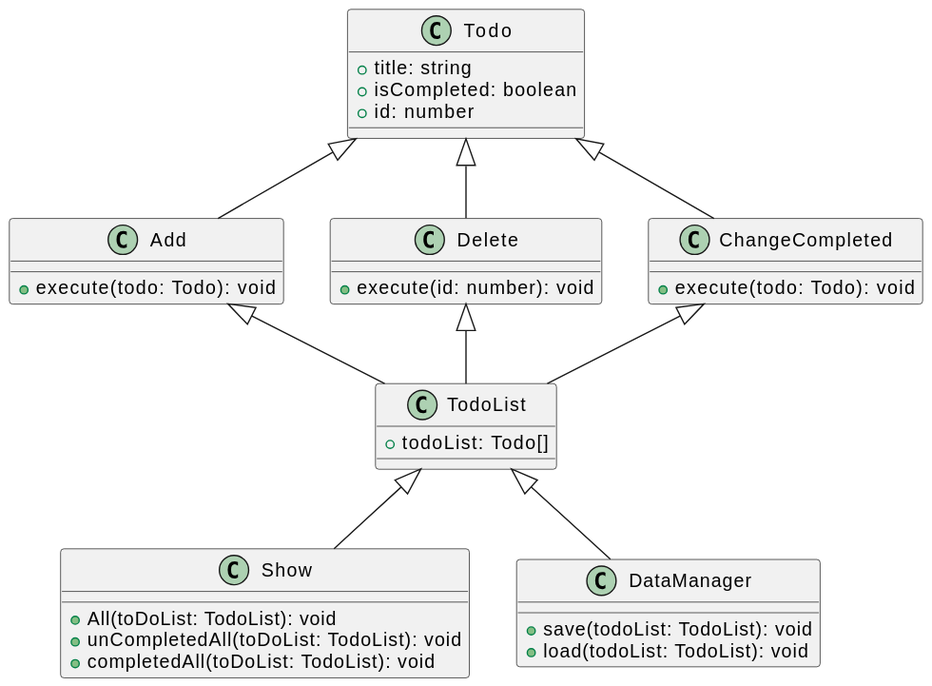
Above: out/todo/todo.svg in YNSTakeru/todo_practice (PlantUML), before the change. The source it was exported from:
```plantuml
@startuml
    class Todo{
        + title: string
        + isCompleted: boolean
        + id: number
    }
    class TodoList{
        + todoList: Todo[]
    }
    class Add{
        + execute(todo: Todo): void
    }
    class Delete{
        + execute(id: number): void
    }
    class ChangeCompleted{
        + execute(todo: Todo): void
    }
    class Show{
        + All(toDoList: TodoList): void
        + unCompletedAll(toDoList: TodoList): void
        + completedAll(toDoList: TodoList): void
    }
    class DataManager{
        + save(todoList: TodoList): void
        + load(todoList: TodoList): void
    }

    Todo <|-- Delete
    Todo <|-- Add
    Todo <|-- ChangeCompleted

    TodoList <|-- Show
    TodoList <|-- DataManager

    Delete <|-- TodoList
    Add <|-- TodoList
    ChangeCompleted <|-- TodoList
@enduml
```
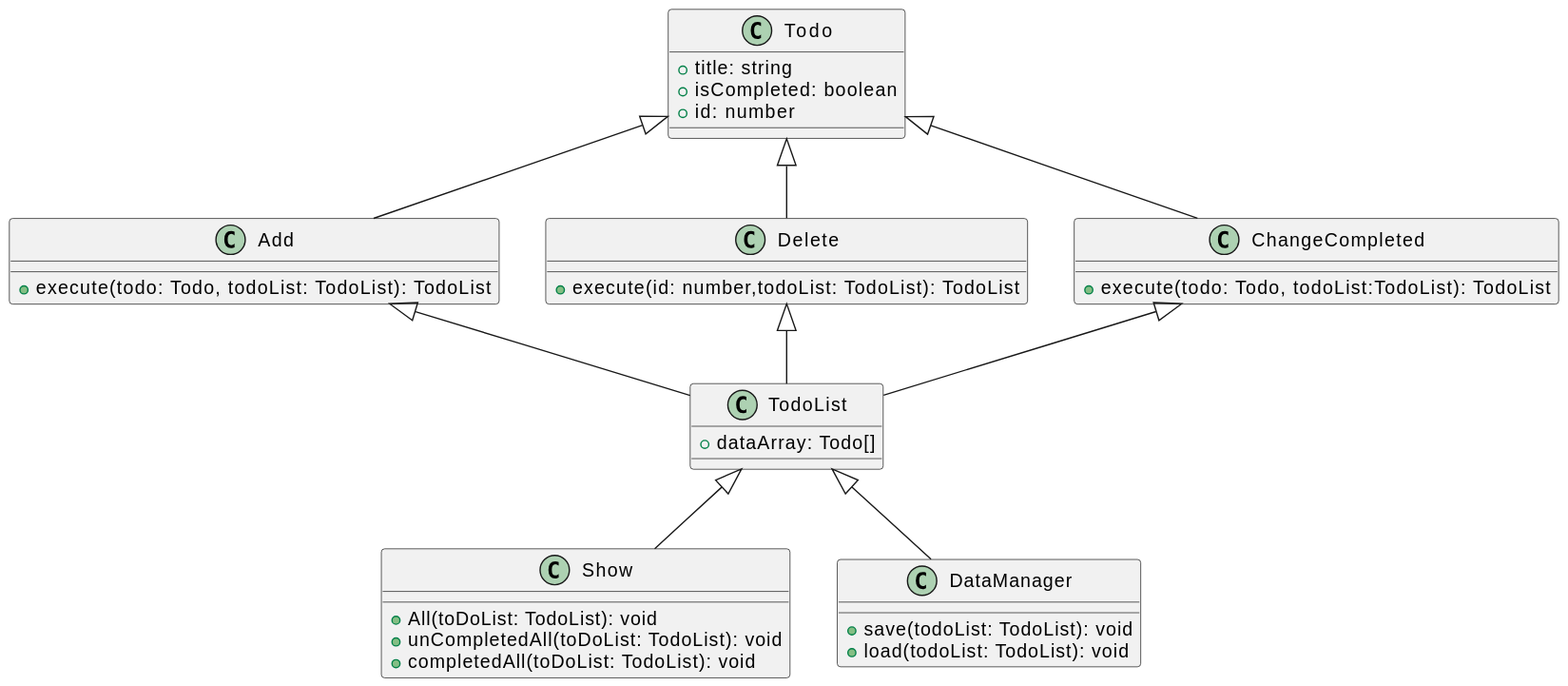
The same diagram one commit later.

Commit message:
Adding to TypeScript about Todo

What changed in the source:
```diff
@@ -5,16 +5,16 @@
         + id: number
     }
     class TodoList{
-        + todoList: Todo[]
+        + dataArray: Todo[]
     }
     class Add{
-        + execute(todo: Todo): void
+        + execute(todo: Todo, todoList: TodoList): TodoList
     }
     class Delete{
-        + execute(id: number): void
+        + execute(id: number,todoList: TodoList): TodoList
     }
     class ChangeCompleted{
-        + execute(todo: Todo): void
+        + execute(todo: Todo, todoList:TodoList): TodoList
     }
     class Show{
         + All(toDoList: TodoList): void
```
